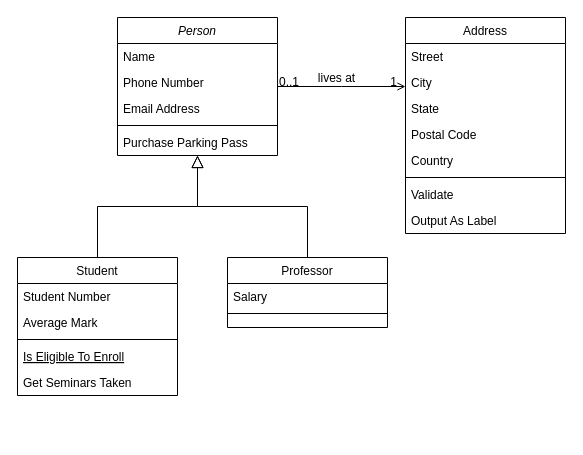
The draw.io diagram Untitled Diagram.drawio in dc9865/Exam-Seat-Arrangement-System, before the edit. Source tidied: cells renumbered, new cells numbered last; positions are measured from the earlier drawing's top-left corner, leaving out a move shared by most shapes. Both pictures are drawn from the tidied source at 100%, with x=0, y=0 at pixel (17, 17).
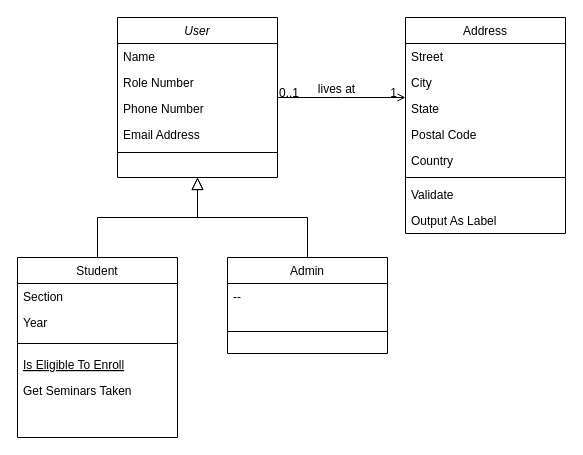
After the change.

The edit, as a diff of the source:
```diff
@@
-    <mxCell id="2" value="Person" style="swimlane;fontStyle=2;align=center;verticalAlign=top;horizontal=1;startSize=26;rounded=0;shadow=0;strokeWidth=1;" parent="1" vertex="1">
-      <mxGeometry x="100" width="160" height="138" as="geometry" />
+    <mxCell id="2" value="User" style="swimlane;fontStyle=2;align=center;verticalAlign=top;horizontal=1;startSize=26;rounded=0;shadow=0;strokeWidth=1;" parent="1" vertex="1">
+      <mxGeometry x="100" width="160" height="160" as="geometry" />
     </mxCell>
@@
+    <mxCell id="32" value="Role Number" style="text;align=left;verticalAlign=top;spacingLeft=4;spacingRight=4;overflow=hidden;rounded=0;shadow=0;html=0;" parent="2" vertex="1">
+      <mxGeometry y="52" width="160" height="26" as="geometry" />
+    </mxCell>
     <mxCell id="4" value="Phone Number" style="text;align=left;verticalAlign=top;spacingLeft=4;spacingRight=4;overflow=hidden;rounded=0;shadow=0;html=0;" parent="2" vertex="1">
-      <mxGeometry y="52" width="160" height="26" as="geometry" />
+      <mxGeometry y="78" width="160" height="26" as="geometry" />
     </mxCell>
     <mxCell id="5" value="Email Address" style="text;align=left;verticalAlign=top;spacingLeft=4;spacingRight=4;overflow=hidden;rounded=0;shadow=0;html=0;" parent="2" vertex="1">
-      <mxGeometry y="78" width="160" height="26" as="geometry" />
+      <mxGeometry y="104" width="160" height="26" as="geometry" />
     </mxCell>
     <mxCell id="6" style="line;html=1;strokeWidth=1;align=left;verticalAlign=middle;spacingTop=-1;spacingLeft=3;spacingRight=3;labelPosition=right;" parent="2" vertex="1">
-      <mxGeometry y="104" width="160" height="8" as="geometry" />
+      <mxGeometry y="130" width="160" height="10" as="geometry" />
     </mxCell>
-    <mxCell id="7" value="Purchase Parking Pass" style="text;align=left;verticalAlign=top;spacingLeft=4;spacingRight=4;overflow=hidden;" parent="2" vertex="1">
-      <mxGeometry y="112" width="160" height="26" as="geometry" />
-    </mxCell>
     <mxCell id="8" value="Student" style="swimlane;fontStyle=0;align=center;verticalAlign=top;horizontal=1;startSize=26;rounded=0;shadow=0;strokeWidth=1;" parent="1" vertex="1">
-      <mxGeometry y="240" width="160" height="138" as="geometry" />
+      <mxGeometry y="240" width="160" height="180" as="geometry" />
     </mxCell>
-    <mxCell id="9" value="Student Number" style="text;align=left;verticalAlign=top;spacingLeft=4;spacingRight=4;overflow=hidden;" parent="8" vertex="1">
-      <mxGeometry y="26" width="160" height="26" as="geometry" />
-    </mxCell>
-    <mxCell id="10" value="Average Mark" style="text;align=left;verticalAlign=top;spacingLeft=4;spacingRight=4;overflow=hidden;rounded=0;shadow=0;html=0;" parent="8" vertex="1">
-      <mxGeometry y="52" width="160" height="26" as="geometry" />
+    <mxCell id="10" value="Section" style="text;align=left;verticalAlign=top;spacingLeft=4;spacingRight=4;overflow=hidden;rounded=0;shadow=0;html=0;" parent="8" vertex="1">
+      <mxGeometry y="26" width="160" height="26" as="geometry" />
     </mxCell>
+    <mxCell id="33" value="Year" style="text;align=left;verticalAlign=top;spacingLeft=4;spacingRight=4;overflow=hidden;rounded=0;shadow=0;html=0;" parent="8" vertex="1">
+      <mxGeometry y="52" width="160" height="26" as="geometry" />
+    </mxCell>
     <mxCell id="11" style="line;html=1;strokeWidth=1;align=left;verticalAlign=middle;spacingTop=-1;spacingLeft=3;spacingRight=3;labelPosition=right;" parent="8" vertex="1">
-      <mxGeometry y="78" width="160" height="8" as="geometry" />
+      <mxGeometry y="78" width="160" height="16" as="geometry" />
     </mxCell>
     <mxCell id="12" value="Is Eligible To Enroll" style="text;align=left;verticalAlign=top;spacingLeft=4;spacingRight=4;overflow=hidden;fontStyle=4;" parent="8" vertex="1">
-      <mxGeometry y="86" width="160" height="26" as="geometry" />
+      <mxGeometry y="94" width="160" height="26" as="geometry" />
     </mxCell>
     <mxCell id="13" value="Get Seminars Taken" style="text;align=left;verticalAlign=top;spacingLeft=4;spacingRight=4;overflow=hidden;" parent="8" vertex="1">
-      <mxGeometry y="112" width="160" height="26" as="geometry" />
+      <mxGeometry y="120" width="160" height="26" as="geometry" />
     </mxCell>
@@
-    <mxCell id="15" value="Professor" style="swimlane;fontStyle=0;align=center;verticalAlign=top;horizontal=1;startSize=26;rounded=0;shadow=0;strokeWidth=1;" parent="1" vertex="1">
-      <mxGeometry x="210" y="240" width="160" height="70" as="geometry" />
+    <mxCell id="15" value="Admin" style="swimlane;fontStyle=0;align=center;verticalAlign=top;horizontal=1;startSize=26;rounded=0;shadow=0;strokeWidth=1;" parent="1" vertex="1">
+      <mxGeometry x="210" y="240" width="160" height="96" as="geometry" />
     </mxCell>
-    <mxCell id="16" value="Salary" style="text;align=left;verticalAlign=top;spacingLeft=4;spacingRight=4;overflow=hidden;" parent="15" vertex="1">
-      <mxGeometry y="26" width="160" height="26" as="geometry" />
-    </mxCell>
+    <mxCell id="34" value="--" style="text;align=left;verticalAlign=top;spacingLeft=4;spacingRight=4;overflow=hidden;rounded=0;shadow=0;html=0;" parent="15" vertex="1">
+      <mxGeometry y="26" width="160" height="26" as="geometry" />
+    </mxCell>
     <mxCell id="17" style="line;html=1;strokeWidth=1;align=left;verticalAlign=middle;spacingTop=-1;spacingLeft=3;spacingRight=3;labelPosition=right;" parent="15" vertex="1">
-      <mxGeometry y="52" width="160" height="8" as="geometry" />
+      <mxGeometry y="52" width="160" height="44" as="geometry" />
     </mxCell>
```
